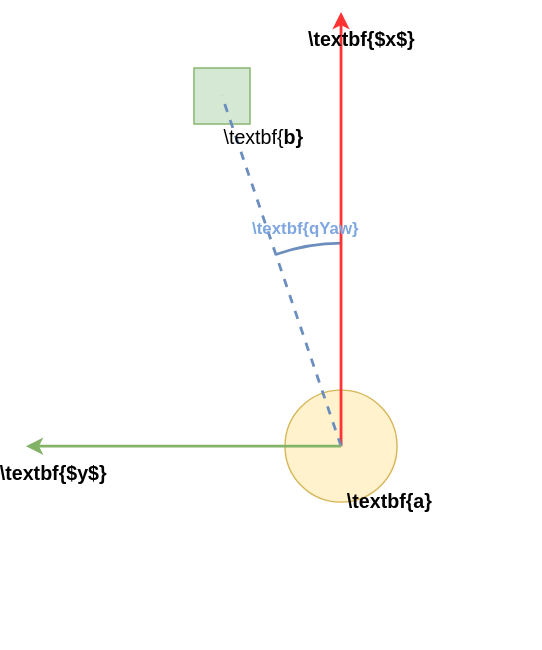
Earlier version of the draw.io export Figures/figqYaw.drawio.svg (orjano-max/ORJANOS_MASTER_REPO). Source tidied: cells renumbered, new cells last; positions are measured from the earlier drawing's top-left corner, leaving out a move shared by most shapes.
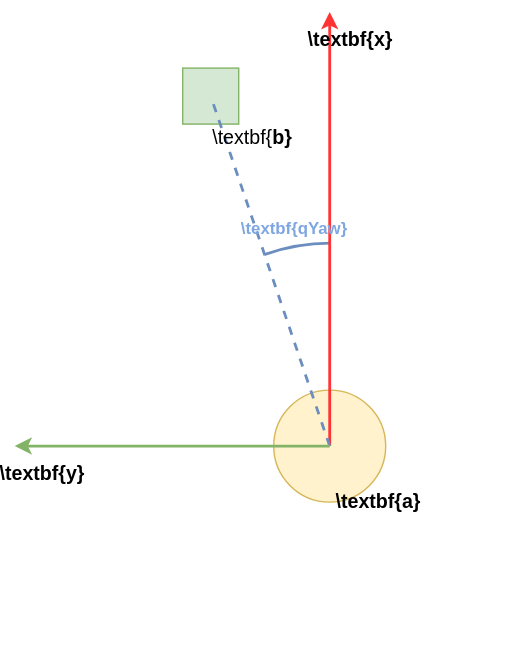
Above is the later version.

Diff of the diagram source:
```diff
@@ -38,10 +38,10 @@
     <mxCell id="10" value="\textbf{&lt;b style=&quot;font-size: 14px;&quot;&gt;b}&lt;/b&gt;" style="text;html=1;strokeColor=none;fillColor=none;align=center;verticalAlign=middle;whiteSpace=wrap;rounded=0;fontSize=14;" parent="1" vertex="1">
       <mxGeometry x="170" y="80" width="20" height="20" as="geometry" />
     </mxCell>
-    <mxCell id="11" value="&lt;b style=&quot;font-size: 14px;&quot;&gt;\textbf{$x$}&lt;/b&gt;" style="text;html=1;strokeColor=none;fillColor=none;align=center;verticalAlign=middle;whiteSpace=wrap;rounded=0;fontSize=14;" parent="1" vertex="1">
+    <mxCell id="11" value="&lt;b style=&quot;font-size: 14px;&quot;&gt;\textbf{x}&lt;/b&gt;" style="text;html=1;strokeColor=none;fillColor=none;align=center;verticalAlign=middle;whiteSpace=wrap;rounded=0;fontSize=14;" parent="1" vertex="1">
       <mxGeometry x="225" y="10" width="50" height="20" as="geometry" />
     </mxCell>
-    <mxCell id="12" value="&lt;b style=&quot;font-size: 14px;&quot;&gt;\textbf{$y$}&lt;/b&gt;" style="text;html=1;strokeColor=none;fillColor=none;align=center;verticalAlign=middle;whiteSpace=wrap;rounded=0;fontSize=14;" parent="1" vertex="1">
+    <mxCell id="12" value="&lt;b style=&quot;font-size: 14px;&quot;&gt;\textbf{y}&lt;/b&gt;" style="text;html=1;strokeColor=none;fillColor=none;align=center;verticalAlign=middle;whiteSpace=wrap;rounded=0;fontSize=14;" parent="1" vertex="1">
       <mxGeometry y="320" width="60" height="20" as="geometry" />
     </mxCell>
   </root>
```
